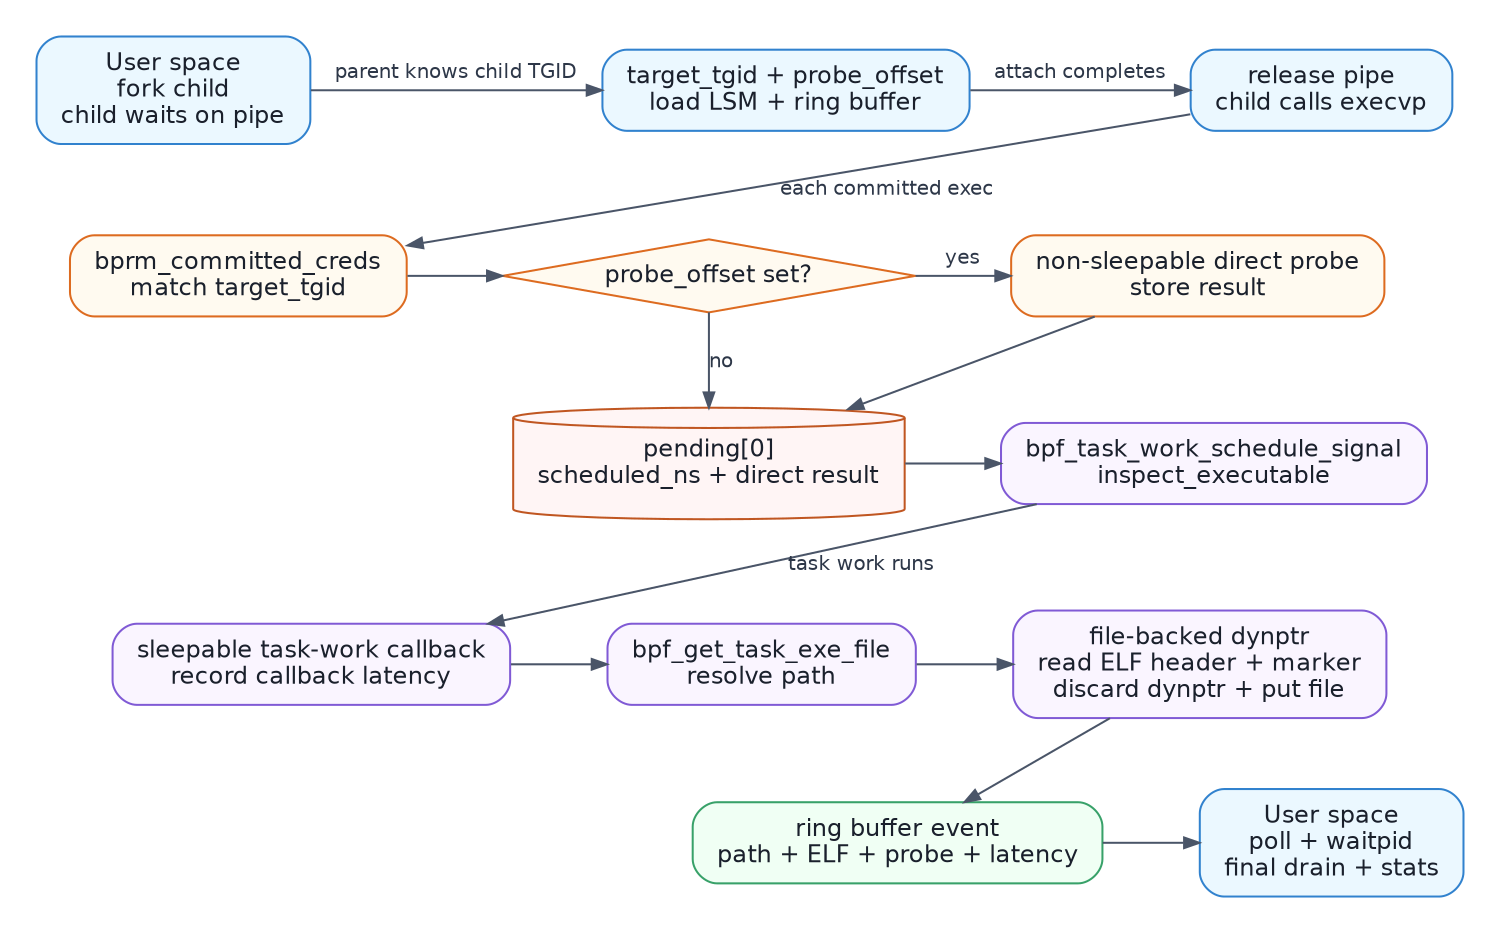
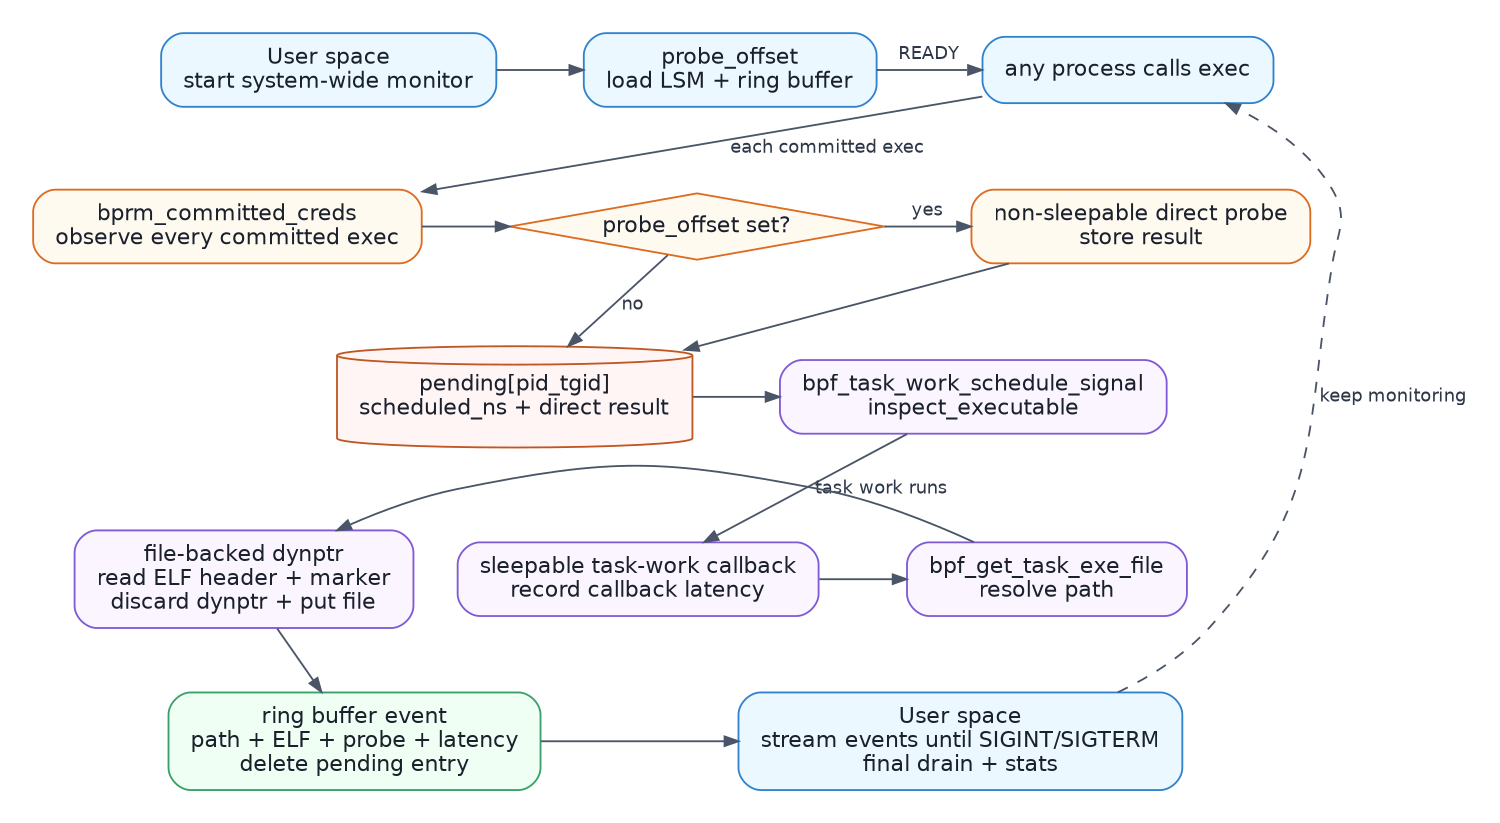
digraph exec_image_flow {
  graph [
    rankdir=TB,
    bgcolor="white",
    pad="0.25",
    nodesep="0.34",
    ranksep="0.46",
    splines=spline,
    size="10,7.5",
    ratio=compress,
    newrank=true,
    fontname="DejaVu Sans"
  ];
  node [
    shape=box,
    style="rounded,filled",
    fillcolor="#F7FAFC",
    color="#4A5568",
    fontcolor="#1A202C",
    fontname="DejaVu Sans",
    fontsize=12,
    margin="0.16,0.10"
  ];
  edge [
    color="#4A5568",
    fontcolor="#2D3748",
    fontname="DejaVu Sans",
    fontsize=10,
    arrowsize=0.75
  ];

-   fork [
-     label="User space\nfork child\nchild waits on pipe",
+   start [
+     label="User space\nstart system-wide monitor",
    fillcolor="#EBF8FF",
    color="#3182CE"
  ];
  prepare [
-     label="target_tgid + probe_offset\nload LSM + ring buffer",
+     label="probe_offset\nload LSM + ring buffer",
    fillcolor="#EBF8FF",
    color="#3182CE"
  ];
  exec [
-     label="release pipe\nchild calls execvp",
+     label="any process calls exec",
    fillcolor="#EBF8FF",
    color="#3182CE"
  ];
  hook [
-     label="bprm_committed_creds\nmatch target_tgid",
+     label="bprm_committed_creds\nobserve every committed exec",
    fillcolor="#FFFAF0",
    color="#DD6B20"
  ];
  probe [
    label="probe_offset set?",
    shape=diamond,
    style="filled",
    fillcolor="#FFFAF0",
    color="#DD6B20",
    margin="0.10,0.05"
  ];
  direct [
    label="non-sleepable direct probe\nstore result",
    fillcolor="#FFFAF0",
    color="#DD6B20"
  ];
  pending [
-     label="pending[0]\nscheduled_ns + direct result",
+     label="pending[pid_tgid]\nscheduled_ns + direct result",
    shape=cylinder,
    fillcolor="#FFF5F5",
    color="#C05621"
  ];
  schedule [
    label="bpf_task_work_schedule_signal\ninspect_executable",
    fillcolor="#FAF5FF",
    color="#805AD5"
  ];
  callback [
    label="sleepable task-work callback\nrecord callback latency",
    fillcolor="#FAF5FF",
    color="#805AD5"
  ];
  file [
    label="bpf_get_task_exe_file\nresolve path",
    fillcolor="#FAF5FF",
    color="#805AD5"
  ];
  read [
    label="file-backed dynptr\nread ELF header + marker\ndiscard dynptr + put file",
    fillcolor="#FAF5FF",
    color="#805AD5"
  ];
  event [
-     label="ring buffer event\npath + ELF + probe + latency",
+     label="ring buffer event\npath + ELF + probe + latency\ndelete pending entry",
    fillcolor="#F0FFF4",
    color="#38A169"
  ];
  collect [
-     label="User space\npoll + waitpid\nfinal drain + stats",
+     label="User space\nstream events until SIGINT/SIGTERM\nfinal drain + stats",
    fillcolor="#EBF8FF",
    color="#3182CE"
  ];

-   { rank=same; fork; prepare; exec; }
+   { rank=same; start; prepare; exec; }
  { rank=same; hook; probe; direct; }
  { rank=same; pending; schedule; }
  { rank=same; callback; file; read; }
  { rank=same; event; collect; }

-   fork -> prepare [label="parent knows child TGID"];
-   prepare -> exec [label="attach completes"];
+   start -> prepare;
+   prepare -> exec [label="READY"];
  exec -> hook [label="each committed exec"];
  hook -> probe;
  probe -> direct [label="yes"];
  probe -> pending [label="no"];
  direct -> pending;
  pending -> schedule;
  schedule -> callback [label="task work runs"];
  callback -> file;
  file -> read;
  read -> event;
  event -> collect;
+   collect -> exec [label="keep monitoring", style=dashed];
}
